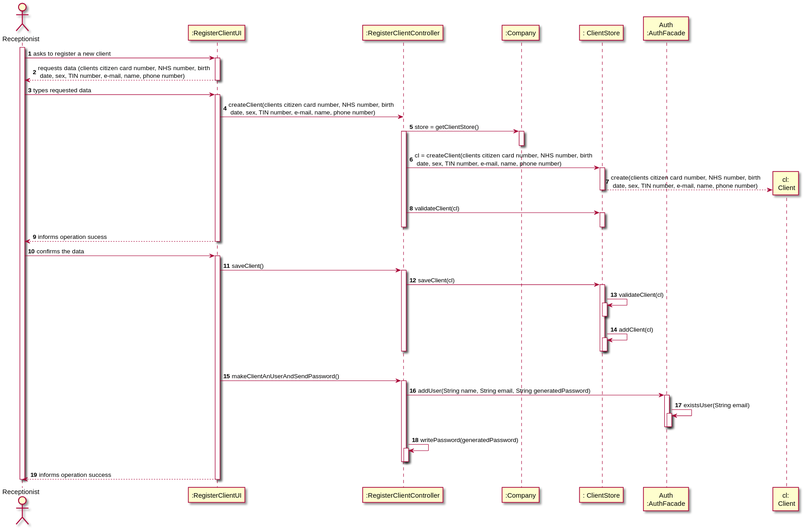
The PlantUML diagram docs/SprintB/US_3/US3_SD.svg in ana-albergaria/LAPR2-ISEP, before a commit.
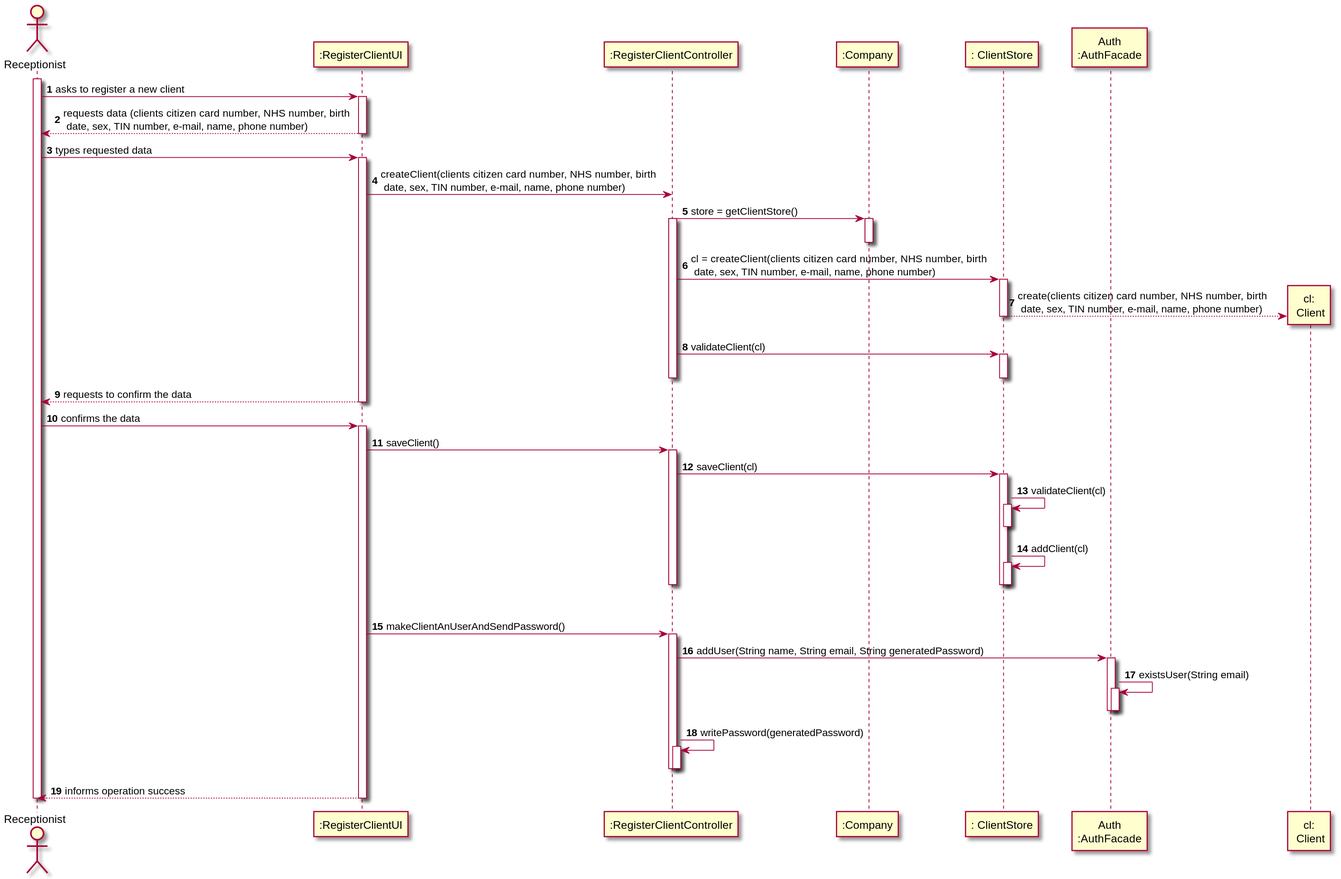
Later version of the same file.

Diff of the diagram source:
```diff
@@ -36,7 +36,7 @@
 deactivate CS
 deactivate CTRL
 
-UI --> RC : informs operation sucess
+UI --> RC : requests to confirm the data
 deactivate CS
 deactivate UI
 
```
